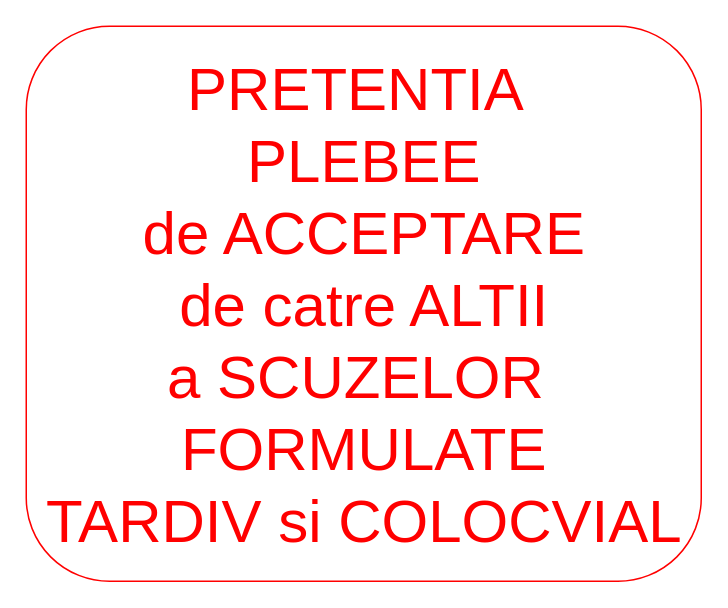
This is 50C41839-80E2-4BAC-8EDA-C0DE4556E82E_1_201_a.drawio.xml from sheeperoni/Diagrams, a draw.io file, before an edit. Source tidied: cells renumbered, new cells numbered last; positions are measured from the earlier drawing's top-left corner, leaving out a move shared by most shapes. Both pictures are drawn from the tidied source at 150%, with x=0, y=0 at pixel (26, 26).
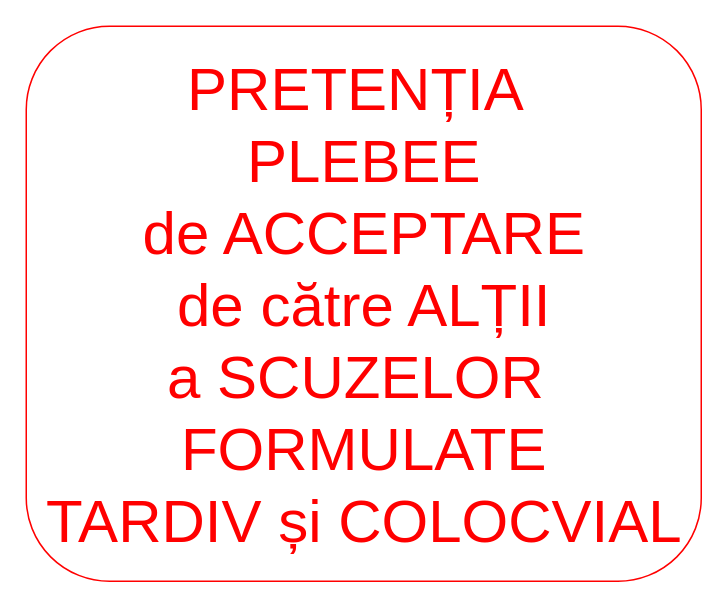
The same diagram, later.

What changed in the source:
```diff
@@
 <mxGraphModel>
   <root>
     <mxCell id="0" />
     <mxCell id="1" parent="0" />
-    <mxCell id="2" value="&lt;font style=&quot;font-size: 40px&quot; color=&quot;#ff0000&quot;&gt;PRETENTIA&amp;nbsp;&lt;br&gt;PLEBEE&lt;br&gt;de ACCEPTARE&lt;br&gt;de catre ALTII&lt;br&gt;a SCUZELOR&amp;nbsp;&lt;br&gt;FORMULATE&lt;br&gt;TARDIV si COLOCVIAL&lt;br&gt;&lt;/font&gt;" style="text;html=1;align=center;verticalAlign=middle;strokeColor=none;fillColor=none;" parent="1" vertex="1">
+    <mxCell id="2" value="&lt;font style=&quot;font-size: 40px&quot; color=&quot;#ff0000&quot;&gt;PRETENȚIA&amp;nbsp;&lt;br&gt;PLEBEE&lt;br&gt;de ACCEPTARE&lt;br&gt;de către ALȚII&lt;br&gt;a SCUZELOR&amp;nbsp;&lt;br&gt;FORMULATE&lt;br&gt;TARDIV și COLOCVIAL&lt;br&gt;&lt;/font&gt;" style="text;html=1;align=center;verticalAlign=middle;strokeColor=none;fillColor=none;" parent="1" vertex="1">
       <mxGeometry x="5" y="100" width="440" height="170" as="geometry" />
     </mxCell>
     <mxCell id="3" style="rounded=1;whiteSpace=wrap;html=1;fontSize=40;fontColor=#FF0000;fillColor=none;strokeColor=#FF0000;" parent="1" vertex="1">
       <mxGeometry width="450" height="370" as="geometry" />
     </mxCell>
   </root>
 </mxGraphModel>
```
